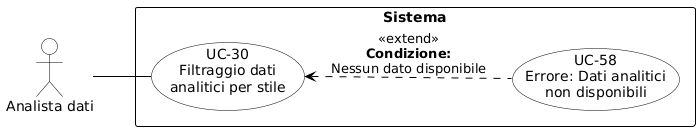
This is RTB/Analisi dei Requisiti/diagrammi_use_case/UC-30.png from aLittleByte-19/Documentazione, a PlantUML export, as it was before one commit.
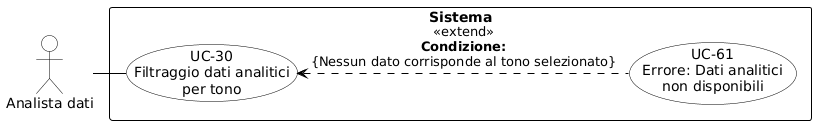
After the change.

Change to the diagram source:
```diff
@@ -1,9 +1,8 @@
 @startuml
 skinparam shadowing false
 skinparam defaultFontName Arial
-left to right direction
-skinparam nodesep 15
-skinparam ranksep 50
+skinparam nodesep 25
+skinparam ranksep 40
 
 skinparam usecase {
     BackgroundColor white
@@ -19,14 +18,15 @@
     FontStyle bold
 }
 
-actor "Analista dati" as AD
+actor "Analista dati" as analista
 
 rectangle "Sistema" {
-    usecase "UC-30\nFiltraggio dati\nanalitici per stile" as UC30
-    usecase "UC-58\nErrore: Dati analitici\nnon disponibili" as UC58
+    usecase "UC-30\nFiltraggio dati analitici\nper tono" as UC30
+    usecase "UC-61\nErrore: Dati analitici\nnon disponibili" as UC61
 
-    UC58 .up.> UC30 : <<extend>>\n**Condizione:**\nNessun dato disponibile
+
+    UC61 .left.> UC30 : «extend»\n<b>Condizione:</b>\n{Nessun dato corrisponde al tono selezionato}
 }
 
-AD -- UC30
+UC30 -left- analista
 @enduml
```
